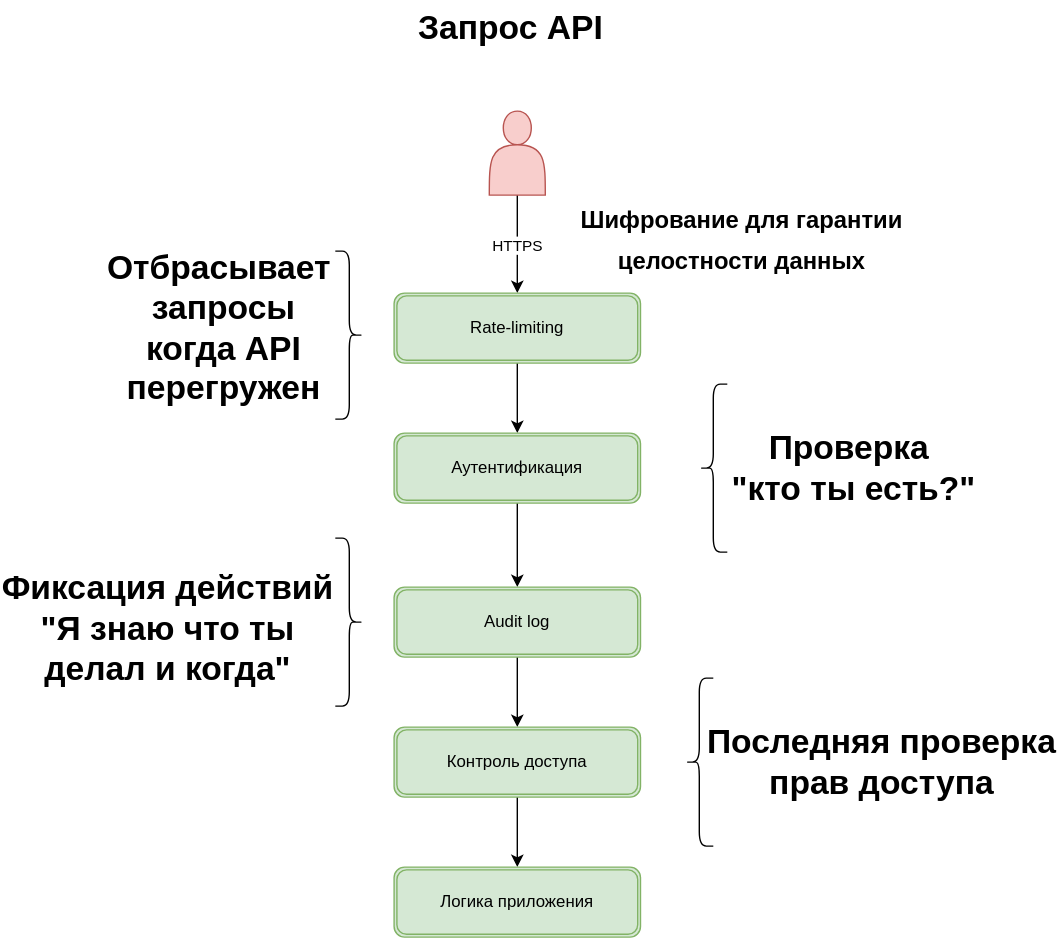
Before: API/api.svg, a diagram exported from draw.io (soerdev/infographic). Source tidied: cells renumbered, new cells last; positions are measured from the earlier drawing's top-left corner, leaving out a move shared by most shapes. Its diagram source:
```xml
<mxGraphModel>
  <root>
    <mxCell id="0" />
    <mxCell id="1" parent="0" />
    <mxCell id="2" value="HTTPS" style="edgeStyle=orthogonalEdgeStyle;rounded=0;jettySize=auto;html=1;" parent="1" edge="1" source="3" target="5">
      <mxGeometry relative="1" as="geometry" />
    </mxCell>
    <mxCell id="3" style="shape=actor;whiteSpace=wrap;html=1;fillColor=#f8cecc;strokeColor=#b85450;" parent="1" vertex="1">
      <mxGeometry x="280" y="79" width="40" height="60" as="geometry" />
    </mxCell>
    <mxCell id="4" style="edgeStyle=orthogonalEdgeStyle;rounded=0;jettySize=auto;html=1;" parent="1" edge="1" source="5" target="10">
      <mxGeometry relative="1" as="geometry" />
    </mxCell>
    <mxCell id="5" value="Rate-limiting" style="shape=ext;double=1;rounded=1;whiteSpace=wrap;html=1;fillColor=#d5e8d4;strokeColor=#82b366;" parent="1" vertex="1">
      <mxGeometry x="212" y="209" width="176" height="50" as="geometry" />
    </mxCell>
    <mxCell id="6" style="shape=curlyBracket;whiteSpace=wrap;html=1;rounded=1;flipH=1;" parent="1" vertex="1">
      <mxGeometry x="170" y="179" width="20" height="120" as="geometry" />
    </mxCell>
    <mxCell id="7" value="Отбрасывает&amp;nbsp;&lt;br&gt;запросы&lt;br&gt;когда API&lt;br&gt;перегружен" style="text;strokeColor=none;fillColor=none;html=1;fontSize=24;fontStyle=1;verticalAlign=middle;align=center;" parent="1" vertex="1">
      <mxGeometry x="40" y="214" width="100" height="40" as="geometry" />
    </mxCell>
    <mxCell id="8" value="&lt;font style=&quot;font-size: 17px&quot;&gt;Шифрование для гарантии &lt;br&gt;целостности данных&lt;/font&gt;" style="text;strokeColor=none;fillColor=none;html=1;fontSize=24;fontStyle=1;verticalAlign=middle;align=center;" parent="1" vertex="1">
      <mxGeometry x="410" y="149" width="100" height="40" as="geometry" />
    </mxCell>
    <mxCell id="9" style="edgeStyle=orthogonalEdgeStyle;rounded=0;jettySize=auto;html=1;" parent="1" edge="1" source="10" target="14">
      <mxGeometry relative="1" as="geometry" />
    </mxCell>
    <mxCell id="10" value="Аутентификация" style="shape=ext;double=1;rounded=1;whiteSpace=wrap;html=1;fillColor=#d5e8d4;strokeColor=#82b366;" parent="1" vertex="1">
      <mxGeometry x="212" y="309" width="176" height="50" as="geometry" />
    </mxCell>
    <mxCell id="11" style="shape=curlyBracket;whiteSpace=wrap;html=1;rounded=1;" parent="1" vertex="1">
      <mxGeometry x="430" y="274" width="20" height="120" as="geometry" />
    </mxCell>
    <mxCell id="12" value="&lt;font style=&quot;font-size: 24px&quot;&gt;Проверка&amp;nbsp;&lt;br&gt;&quot;кто ты есть?&quot;&lt;/font&gt;" style="text;strokeColor=none;fillColor=none;html=1;fontSize=24;fontStyle=1;verticalAlign=middle;align=center;" parent="1" vertex="1">
      <mxGeometry x="490" y="314" width="100" height="40" as="geometry" />
    </mxCell>
    <mxCell id="13" style="edgeStyle=orthogonalEdgeStyle;rounded=0;jettySize=auto;html=1;" parent="1" edge="1" source="14" target="18">
      <mxGeometry relative="1" as="geometry" />
    </mxCell>
    <mxCell id="14" value="Audit log" style="shape=ext;double=1;rounded=1;whiteSpace=wrap;html=1;fillColor=#d5e8d4;strokeColor=#82b366;" parent="1" vertex="1">
      <mxGeometry x="212" y="419" width="176" height="50" as="geometry" />
    </mxCell>
    <mxCell id="15" style="shape=curlyBracket;whiteSpace=wrap;html=1;rounded=1;flipH=1;" parent="1" vertex="1">
      <mxGeometry x="170" y="384" width="20" height="120" as="geometry" />
    </mxCell>
    <mxCell id="16" value="Фиксация действий&lt;br&gt;&quot;Я знаю что ты&lt;br&gt;делал и когда&quot;" style="text;strokeColor=none;fillColor=none;html=1;fontSize=24;fontStyle=1;verticalAlign=middle;align=center;" parent="1" vertex="1">
      <mxGeometry y="429" width="100" height="40" as="geometry" />
    </mxCell>
    <mxCell id="17" style="edgeStyle=orthogonalEdgeStyle;rounded=0;jettySize=auto;html=1;" parent="1" edge="1" source="18" target="21">
      <mxGeometry relative="1" as="geometry" />
    </mxCell>
    <mxCell id="18" value="Контроль доступа" style="shape=ext;double=1;rounded=1;whiteSpace=wrap;html=1;fillColor=#d5e8d4;strokeColor=#82b366;" parent="1" vertex="1">
      <mxGeometry x="212" y="519" width="176" height="50" as="geometry" />
    </mxCell>
    <mxCell id="19" style="shape=curlyBracket;whiteSpace=wrap;html=1;rounded=1;" parent="1" vertex="1">
      <mxGeometry x="420" y="484" width="20" height="120" as="geometry" />
    </mxCell>
    <mxCell id="20" value="Последняя проверка&lt;br&gt;прав доступа" style="text;strokeColor=none;fillColor=none;html=1;fontSize=24;fontStyle=1;verticalAlign=middle;align=center;" parent="1" vertex="1">
      <mxGeometry x="510" y="524" width="100" height="40" as="geometry" />
    </mxCell>
    <mxCell id="21" value="Логика приложения" style="shape=ext;double=1;rounded=1;whiteSpace=wrap;html=1;fillColor=#d5e8d4;strokeColor=#82b366;" parent="1" vertex="1">
      <mxGeometry x="212" y="619" width="176" height="50" as="geometry" />
    </mxCell>
    <mxCell id="22" value="Запрос API" style="text;strokeColor=none;fillColor=none;html=1;fontSize=24;fontStyle=1;verticalAlign=middle;align=center;" parent="1" vertex="1">
      <mxGeometry x="245" width="100" height="40" as="geometry" />
    </mxCell>
  </root>
</mxGraphModel>
```
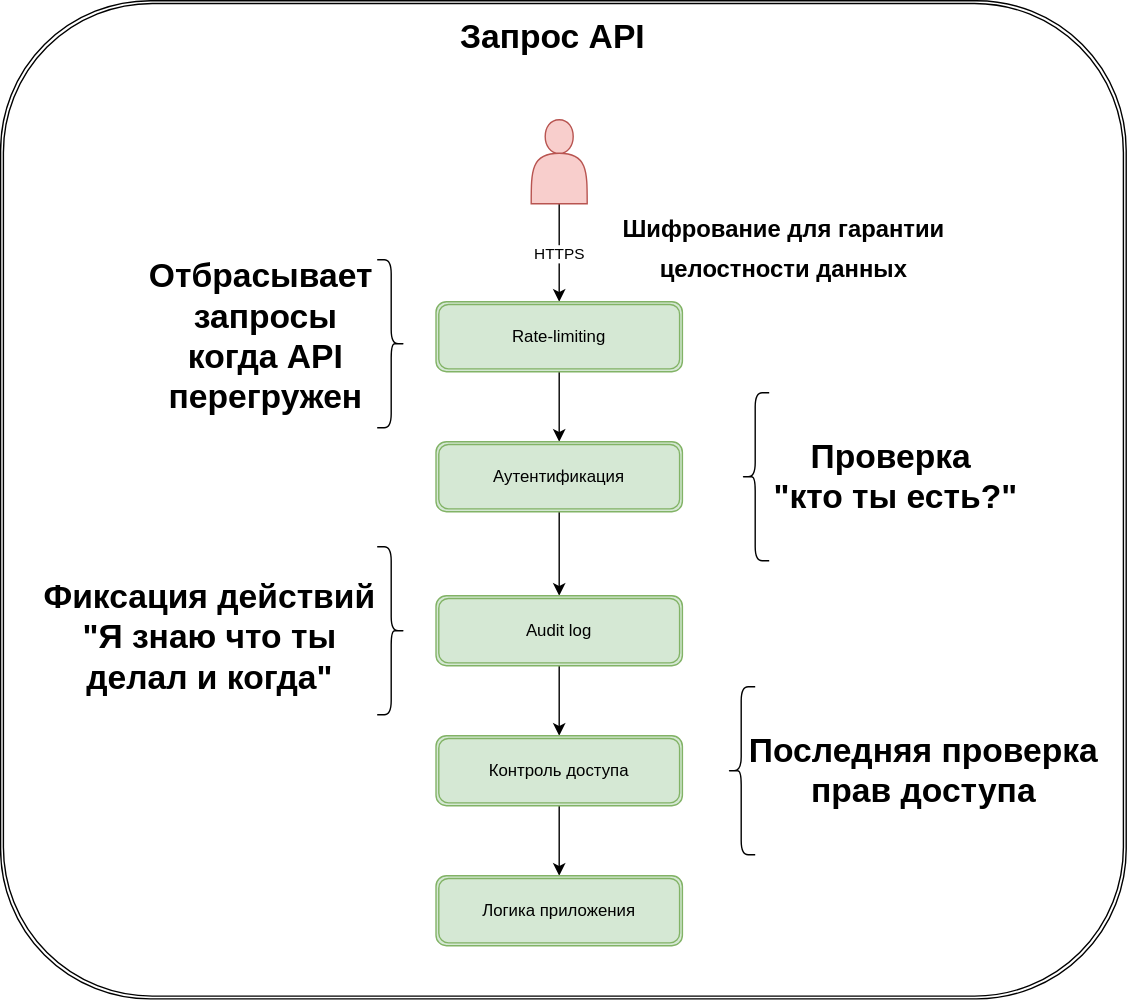
Above is the later version.

Commit message:
chore: update api scheme and readme

The edit, as a diff of the source:
```diff
@@ -2,6 +2,9 @@
   <root>
     <mxCell id="0" />
     <mxCell id="1" parent="0" />
+    <mxCell id="23" style="shape=ext;double=1;rounded=1;whiteSpace=wrap;html=1;" parent="1" vertex="1">
+      <mxGeometry x="-99" y="-6" width="804" height="713" as="geometry" />
+    </mxCell>
     <mxCell id="2" value="HTTPS" style="edgeStyle=orthogonalEdgeStyle;rounded=0;jettySize=auto;html=1;" parent="1" edge="1" source="3" target="5">
       <mxGeometry relative="1" as="geometry" />
     </mxCell>
```
